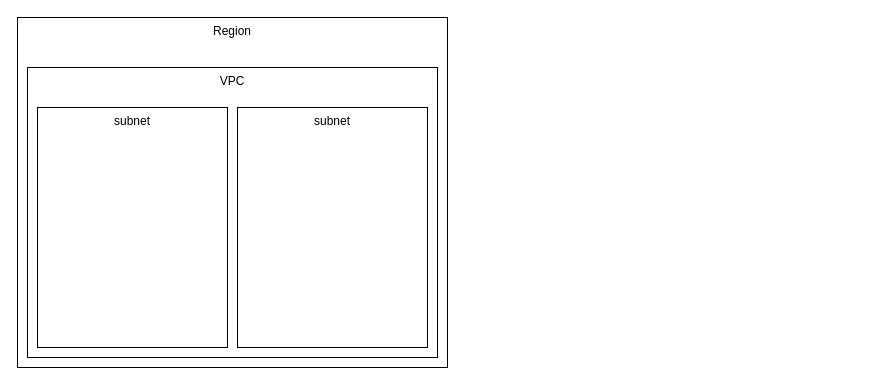
PauloLoboNeto/draws keeps this draw.io diagram as AWS Network.drawio. Above is the earlier version. Source tidied: cells renumbered, new cells numbered last; positions are measured from the earlier drawing's top-left corner, leaving out a move shared by most shapes. Both pictures are drawn from the tidied source at 100%, with x=0, y=0 at pixel (17, 17).
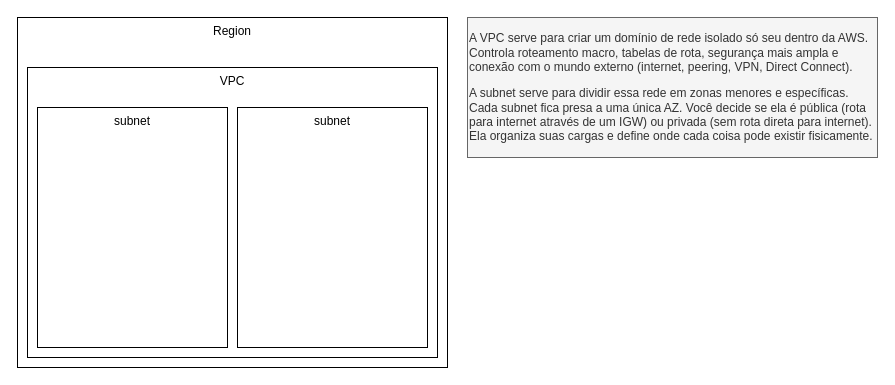
Above is the later version.

Change to the diagram source:
```diff
@@
 <mxGraphModel>
   <root>
     <mxCell id="0" />
     <mxCell id="1" parent="0" />
     <mxCell id="2" value="Region" style="rounded=0;whiteSpace=wrap;html=1;verticalAlign=top;" parent="1" vertex="1">
       <mxGeometry width="430" height="350" as="geometry" />
     </mxCell>
     <mxCell id="3" value="VPC" style="rounded=0;whiteSpace=wrap;html=1;verticalAlign=top;" parent="1" vertex="1">
       <mxGeometry x="10" y="50" width="410" height="290" as="geometry" />
     </mxCell>
     <mxCell id="4" value="subnet" style="rounded=0;whiteSpace=wrap;html=1;verticalAlign=top;" parent="1" vertex="1">
       <mxGeometry x="20" y="90" width="190" height="240" as="geometry" />
     </mxCell>
     <mxCell id="5" value="subnet" style="rounded=0;whiteSpace=wrap;html=1;verticalAlign=top;" parent="1" vertex="1">
       <mxGeometry x="220" y="90" width="190" height="240" as="geometry" />
     </mxCell>
+    <mxCell id="6" value="&lt;p&gt;A VPC serve para criar um domínio de rede isolado só seu dentro da AWS. Controla roteamento macro, tabelas de rota, segurança mais ampla e conexão com o mundo externo (internet, peering, VPN, Direct Connect).&lt;/p&gt;&lt;p&gt;A subnet serve para dividir essa rede em zonas menores e específicas. Cada subnet fica presa a uma única AZ. Você decide se ela é pública (rota para internet através de um IGW) ou privada (sem rota direta para internet). Ela organiza suas cargas e define onde cada coisa pode existir fisicamente.&lt;/p&gt;&lt;p&gt;&lt;/p&gt;&lt;p&gt;&lt;/p&gt;" style="text;html=1;align=left;verticalAlign=middle;whiteSpace=wrap;rounded=0;fillColor=#f5f5f5;fontColor=#333333;strokeColor=#666666;" parent="1" vertex="1">
+      <mxGeometry x="450" width="410" height="140" as="geometry" />
+    </mxCell>
   </root>
 </mxGraphModel>
```
